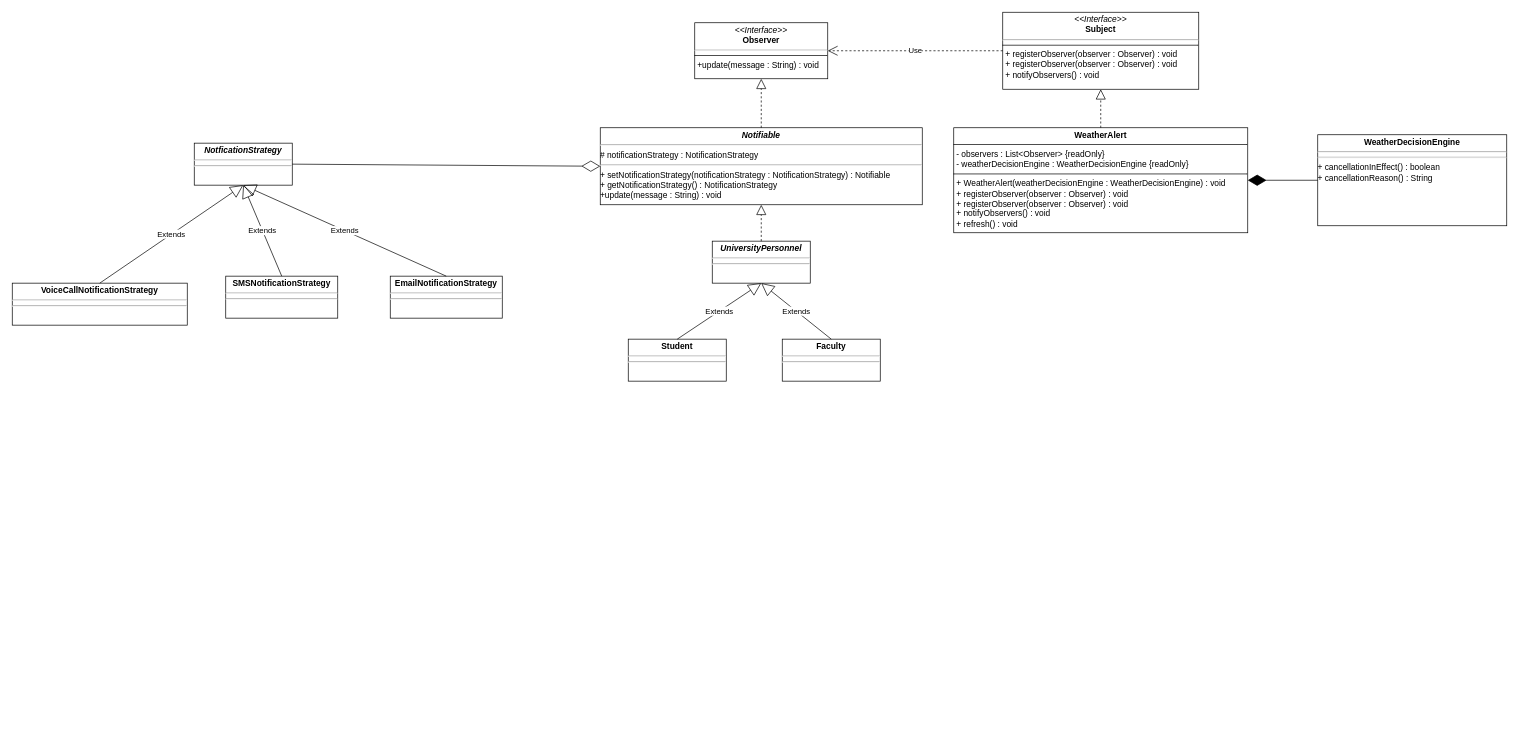
Above: Assignment 3/WeatherAlert.drawio in dragon5201111/Drexel-University-SE-211-Introduction-to-Software-Design (draw.io), before the change. Source tidied: cells renumbered, new cells numbered last; positions are measured from the earlier drawing's top-left corner, leaving out a move shared by most shapes. Both pictures are drawn from the tidied source at 70%, with x=0, y=0 at pixel (12, 12).
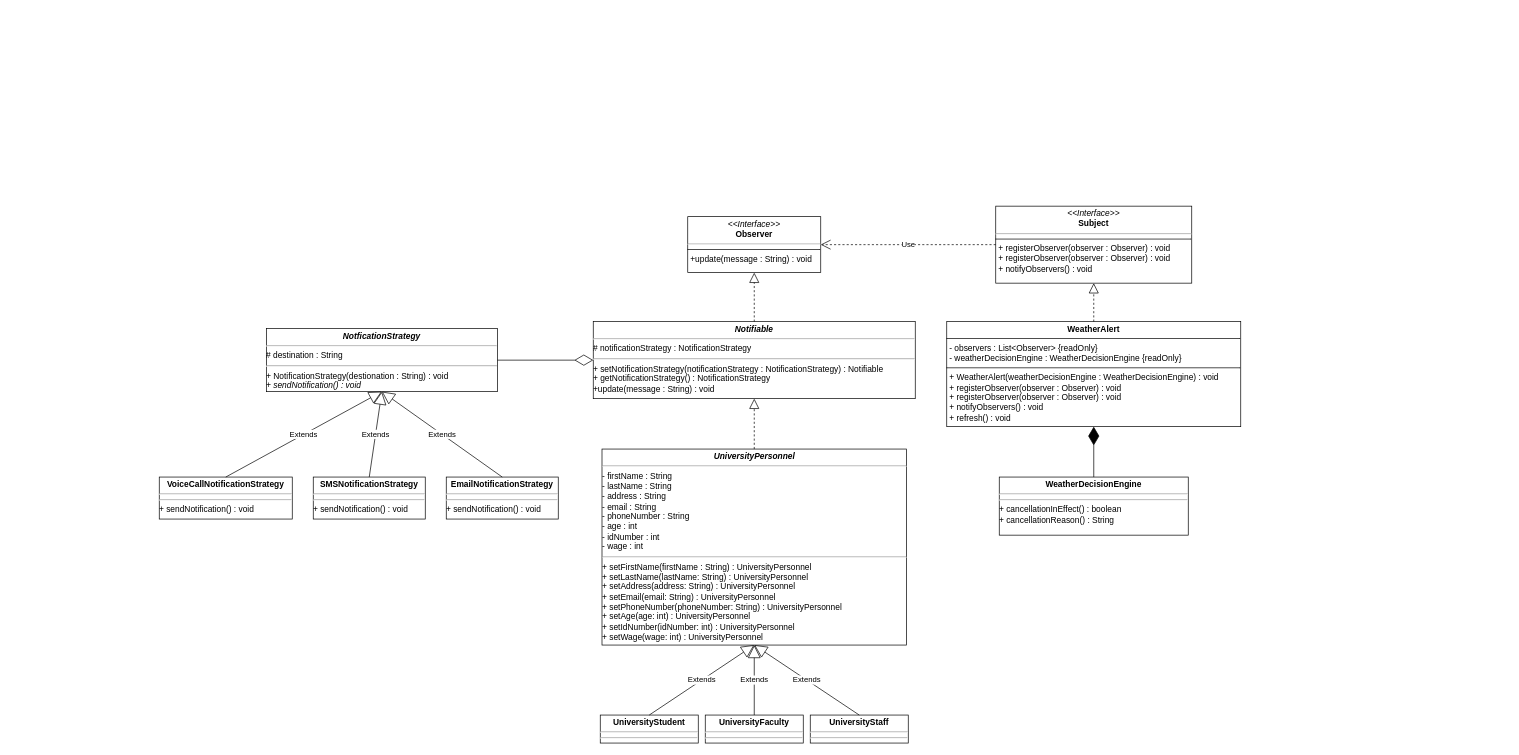
The same diagram, later.

Diff of the diagram source:
```diff
@@
     <mxCell id="2" value="&lt;p style=&quot;margin:0px;margin-top:4px;text-align:center;&quot;&gt;&lt;i&gt;&amp;lt;&amp;lt;Interface&amp;gt;&amp;gt;&lt;/i&gt;&lt;br&gt;&lt;b&gt;Observer&lt;/b&gt;&lt;/p&gt;&lt;hr&gt;&lt;hr size=&quot;1&quot; style=&quot;border-style:solid;&quot;&gt;&lt;p style=&quot;margin:0px;margin-left:4px;&quot;&gt;+update(message : String) : void&lt;/p&gt;" style="verticalAlign=top;align=left;overflow=fill;html=1;whiteSpace=wrap;" parent="1" vertex="1">
-      <mxGeometry x="975" y="15" width="190" height="80" as="geometry" />
+      <mxGeometry x="965" y="292" width="190" height="80" as="geometry" />
     </mxCell>
     <mxCell id="3" value="&lt;p style=&quot;margin:0px;margin-top:4px;text-align:center;&quot;&gt;&lt;i&gt;&amp;lt;&amp;lt;Interface&amp;gt;&amp;gt;&lt;/i&gt;&lt;br&gt;&lt;b&gt;Subject&lt;/b&gt;&lt;/p&gt;&lt;hr&gt;&lt;hr size=&quot;1&quot; style=&quot;border-style:solid;&quot;&gt;&lt;p style=&quot;margin:0px;margin-left:4px;&quot;&gt;+ registerObserver(observer : Observer) : void&lt;/p&gt;&lt;p style=&quot;margin:0px;margin-left:4px;&quot;&gt;+ registerObserver(observer : Observer) : void&lt;/p&gt;&lt;p style=&quot;margin:0px;margin-left:4px;&quot;&gt;+ notifyObservers() : void&lt;/p&gt;" style="verticalAlign=top;align=left;overflow=fill;html=1;whiteSpace=wrap;" parent="1" vertex="1">
-      <mxGeometry x="1415" width="280" height="110" as="geometry" />
+      <mxGeometry x="1405" y="277" width="280" height="110" as="geometry" />
     </mxCell>
     <mxCell id="4" value="&lt;p style=&quot;margin:0px;margin-top:4px;text-align:center;&quot;&gt;&lt;b&gt;WeatherAlert&lt;/b&gt;&lt;/p&gt;&lt;hr size=&quot;1&quot; style=&quot;border-style:solid;&quot;&gt;&lt;p style=&quot;margin:0px;margin-left:4px;&quot;&gt;- observers : List&amp;lt;Observer&amp;gt; {readOnly}&lt;/p&gt;&lt;p style=&quot;margin:0px;margin-left:4px;&quot;&gt;- weatherDecisionEngine : WeatherDecisionEngine {readOnly}&lt;/p&gt;&lt;hr size=&quot;1&quot; style=&quot;border-style:solid;&quot;&gt;&lt;p style=&quot;margin: 0px 0px 0px 4px;&quot;&gt;+ WeatherAlert(&lt;span style=&quot;background-color: transparent; color: light-dark(rgb(0, 0, 0), rgb(255, 255, 255));&quot;&gt;weatherDecisionEngine : WeatherDecisionEngine) : void&lt;/span&gt;&lt;/p&gt;&lt;p style=&quot;margin: 0px 0px 0px 4px;&quot;&gt;+ registerObserver(observer : Observer) : void&lt;/p&gt;&lt;p style=&quot;margin: 0px 0px 0px 4px;&quot;&gt;+ registerObserver(observer : Observer) : void&lt;/p&gt;&lt;p style=&quot;margin: 0px 0px 0px 4px;&quot;&gt;+ notifyObservers() : void&lt;/p&gt;&lt;p style=&quot;margin: 0px 0px 0px 4px;&quot;&gt;+ refresh() : void&lt;/p&gt;" style="verticalAlign=top;align=left;overflow=fill;html=1;whiteSpace=wrap;" parent="1" vertex="1">
-      <mxGeometry x="1345" y="165" width="420" height="150" as="geometry" />
+      <mxGeometry x="1335" y="442" width="420" height="150" as="geometry" />
     </mxCell>
@@
     <mxCell id="7" value="&lt;p style=&quot;margin:0px;margin-top:4px;text-align:center;&quot;&gt;&lt;b&gt;WeatherDecisionEngine&lt;/b&gt;&lt;/p&gt;&lt;hr&gt;&lt;hr&gt;+ cancellationInEffect() : boolean&lt;div&gt;+ cancellationReason() : String&lt;/div&gt;" style="verticalAlign=top;align=left;overflow=fill;html=1;whiteSpace=wrap;" parent="1" vertex="1">
-      <mxGeometry x="1865" y="175" width="270" height="130" as="geometry" />
+      <mxGeometry x="1410" y="664" width="270" height="83" as="geometry" />
     </mxCell>
-    <mxCell id="8" style="endArrow=diamondThin;endFill=1;endSize=24;html=1;rounded=0;exitX=0;exitY=0.5;exitDx=0;exitDy=0;entryX=1;entryY=0.5;entryDx=0;entryDy=0;" parent="1" edge="1" source="7" target="4">
-      <mxGeometry relative="1" as="geometry" />
-    </mxCell>
     <mxCell id="9" value="&lt;p style=&quot;margin:0px;margin-top:4px;text-align:center;&quot;&gt;&lt;b&gt;&lt;i&gt;Notifiable&lt;/i&gt;&lt;/b&gt;&lt;/p&gt;&lt;hr&gt;# notificationStrategy : NotificationStrategy&lt;br&gt;&lt;hr&gt;+ setNotificationStrategy(notificationStrategy : NotificationStrategy) : Notifiable&lt;div&gt;+ getNotificationStrategy() : NotificationStrategy&lt;/div&gt;&lt;div&gt;+update(message : String) : void&lt;/div&gt;&lt;div&gt;&lt;br&gt;&lt;/div&gt;" style="verticalAlign=top;align=left;overflow=fill;html=1;whiteSpace=wrap;" parent="1" vertex="1">
-      <mxGeometry x="840" y="165" width="460" height="110" as="geometry" />
+      <mxGeometry x="830" y="442" width="460" height="110" as="geometry" />
     </mxCell>
@@
-    <mxCell id="11" value="&lt;p style=&quot;margin:0px;margin-top:4px;text-align:center;&quot;&gt;&lt;b&gt;&lt;i&gt;UniversityPersonnel&lt;/i&gt;&lt;/b&gt;&lt;/p&gt;&lt;hr&gt;&lt;hr&gt;" style="verticalAlign=top;align=left;overflow=fill;html=1;whiteSpace=wrap;" parent="1" vertex="1">
-      <mxGeometry x="1000" y="327" width="140" height="60" as="geometry" />
+    <mxCell id="11" value="&lt;p style=&quot;margin:0px;margin-top:4px;text-align:center;&quot;&gt;&lt;b&gt;&lt;i&gt;UniversityPersonnel&lt;/i&gt;&lt;/b&gt;&lt;/p&gt;&lt;hr&gt;- firstName : String&lt;div&gt;- lastName : String&lt;/div&gt;&lt;div&gt;- address : String&lt;/div&gt;&lt;div&gt;- email : String&lt;/div&gt;&lt;div&gt;- phoneNumber : String&lt;/div&gt;&lt;div&gt;- age : int&lt;/div&gt;&lt;div&gt;- idNumber : int&lt;/div&gt;&lt;div&gt;- wage : int&lt;br&gt;&lt;hr&gt;+ setFirstName(firstName : String) : UniversityPersonnel&lt;/div&gt;&lt;div&gt;+ setLastName(lastName: String) : UniversityPersonnel&lt;/div&gt;&lt;div&gt;+ setAddress(address: String) : UniversityPersonnel&lt;/div&gt;&lt;div&gt;+ setEmail(email: String) : UniversityPersonnel&lt;/div&gt;&lt;div&gt;+ setPhoneNumber(phoneNumber: String) : UniversityPersonnel&lt;/div&gt;&lt;div&gt;+ setAge(age: int) : UniversityPersonnel&lt;/div&gt;&lt;div&gt;+ setIdNumber(idNumber: int) : UniversityPersonnel&lt;/div&gt;&lt;div&gt;+ setWage(wage: int) : UniversityPersonnel&lt;/div&gt;" style="verticalAlign=top;align=left;overflow=fill;html=1;whiteSpace=wrap;" parent="1" vertex="1">
+      <mxGeometry x="842.5" y="624" width="435" height="280" as="geometry" />
     </mxCell>
@@
-    <mxCell id="13" value="&lt;p style=&quot;margin:0px;margin-top:4px;text-align:center;&quot;&gt;&lt;b&gt;Student&lt;/b&gt;&lt;/p&gt;&lt;hr&gt;&lt;hr&gt;&lt;div style=&quot;height:2px;&quot;&gt;&lt;/div&gt;" style="verticalAlign=top;align=left;overflow=fill;html=1;whiteSpace=wrap;" parent="1" vertex="1">
-      <mxGeometry x="880" y="467" width="140" height="60" as="geometry" />
+    <mxCell id="13" value="&lt;p style=&quot;margin:0px;margin-top:4px;text-align:center;&quot;&gt;&lt;b&gt;UniversityStudent&lt;/b&gt;&lt;/p&gt;&lt;hr&gt;&lt;hr&gt;&lt;div style=&quot;height:2px;&quot;&gt;&lt;/div&gt;" style="verticalAlign=top;align=left;overflow=fill;html=1;whiteSpace=wrap;" parent="1" vertex="1">
+      <mxGeometry x="840" y="1004" width="140" height="40" as="geometry" />
     </mxCell>
-    <mxCell id="14" value="&lt;p style=&quot;margin:0px;margin-top:4px;text-align:center;&quot;&gt;&lt;b&gt;Faculty&lt;/b&gt;&lt;/p&gt;&lt;hr&gt;&lt;hr&gt;" style="verticalAlign=top;align=left;overflow=fill;html=1;whiteSpace=wrap;" parent="1" vertex="1">
-      <mxGeometry x="1100" y="467" width="140" height="60" as="geometry" />
+    <mxCell id="14" value="&lt;p style=&quot;margin:0px;margin-top:4px;text-align:center;&quot;&gt;&lt;b style=&quot;background-color: transparent; color: light-dark(rgb(0, 0, 0), rgb(255, 255, 255));&quot;&gt;University&lt;/b&gt;&lt;b&gt;Faculty&lt;/b&gt;&lt;/p&gt;&lt;hr&gt;&lt;hr&gt;" style="verticalAlign=top;align=left;overflow=fill;html=1;whiteSpace=wrap;" parent="1" vertex="1">
+      <mxGeometry x="990" y="1004" width="140" height="40" as="geometry" />
     </mxCell>
@@
-    <mxCell id="17" value="&lt;p style=&quot;margin:0px;margin-top:4px;text-align:center;&quot;&gt;&lt;b&gt;&lt;i&gt;NotficationStrategy&lt;/i&gt;&lt;/b&gt;&lt;/p&gt;&lt;hr&gt;&lt;hr&gt;" style="verticalAlign=top;align=left;overflow=fill;html=1;whiteSpace=wrap;" parent="1" vertex="1">
-      <mxGeometry x="260" y="187" width="140" height="60" as="geometry" />
+    <mxCell id="17" value="&lt;p style=&quot;margin:0px;margin-top:4px;text-align:center;&quot;&gt;&lt;b&gt;&lt;i&gt;NotficationStrategy&lt;/i&gt;&lt;/b&gt;&lt;/p&gt;&lt;hr&gt;# destination : String&lt;hr&gt;&lt;i&gt;+ &lt;/i&gt;NotificationStrategy(destionation : String) : void&lt;br&gt;&lt;div&gt;&lt;i&gt;+ sendNotification() : void&lt;/i&gt;&lt;/div&gt;" style="verticalAlign=top;align=left;overflow=fill;html=1;whiteSpace=wrap;" parent="1" vertex="1">
+      <mxGeometry x="363" y="452" width="330" height="90" as="geometry" />
     </mxCell>
@@
-    <mxCell id="19" value="&lt;p style=&quot;margin:0px;margin-top:4px;text-align:center;&quot;&gt;&lt;b&gt;VoiceCallNotificationStrategy&lt;/b&gt;&lt;/p&gt;&lt;hr&gt;&lt;hr&gt;&lt;div style=&quot;height:2px;&quot;&gt;&lt;/div&gt;" style="verticalAlign=top;align=left;overflow=fill;html=1;whiteSpace=wrap;" parent="1" vertex="1">
-      <mxGeometry y="387" width="250" height="60" as="geometry" />
+    <mxCell id="19" value="&lt;p style=&quot;margin:0px;margin-top:4px;text-align:center;&quot;&gt;&lt;b&gt;VoiceCallNotificationStrategy&lt;/b&gt;&lt;/p&gt;&lt;hr&gt;&lt;hr&gt;&lt;div style=&quot;height:2px;&quot;&gt;+ sendNotification() : void&lt;/div&gt;" style="verticalAlign=top;align=left;overflow=fill;html=1;whiteSpace=wrap;" parent="1" vertex="1">
+      <mxGeometry x="210" y="664" width="190" height="60" as="geometry" />
     </mxCell>
-    <mxCell id="20" value="&lt;p style=&quot;margin:0px;margin-top:4px;text-align:center;&quot;&gt;&lt;b&gt;SMSNotificationStrategy&lt;/b&gt;&lt;/p&gt;&lt;hr&gt;&lt;div style=&quot;height:2px;&quot;&gt;&lt;hr&gt;&lt;/div&gt;" style="verticalAlign=top;align=left;overflow=fill;html=1;whiteSpace=wrap;" parent="1" vertex="1">
-      <mxGeometry x="305" y="377" width="160" height="60" as="geometry" />
+    <mxCell id="20" value="&lt;p style=&quot;margin:0px;margin-top:4px;text-align:center;&quot;&gt;&lt;b&gt;SMSNotificationStrategy&lt;/b&gt;&lt;/p&gt;&lt;hr&gt;&lt;div style=&quot;height:2px;&quot;&gt;&lt;hr&gt;+ sendNotification() : void&lt;/div&gt;" style="verticalAlign=top;align=left;overflow=fill;html=1;whiteSpace=wrap;" parent="1" vertex="1">
+      <mxGeometry x="430" y="664" width="160" height="60" as="geometry" />
     </mxCell>
-    <mxCell id="21" value="&lt;p style=&quot;margin:0px;margin-top:4px;text-align:center;&quot;&gt;&lt;b&gt;EmailNotificationStrategy&lt;/b&gt;&lt;/p&gt;&lt;hr&gt;&lt;hr&gt;&lt;div style=&quot;height:2px;&quot;&gt;&lt;/div&gt;" style="verticalAlign=top;align=left;overflow=fill;html=1;whiteSpace=wrap;" parent="1" vertex="1">
-      <mxGeometry x="540" y="377" width="160" height="60" as="geometry" />
+    <mxCell id="21" value="&lt;p style=&quot;margin:0px;margin-top:4px;text-align:center;&quot;&gt;&lt;b&gt;EmailNotificationStrategy&lt;/b&gt;&lt;/p&gt;&lt;hr&gt;&lt;hr&gt;&lt;div style=&quot;height:2px;&quot;&gt;+ sendNotification() : void&lt;/div&gt;" style="verticalAlign=top;align=left;overflow=fill;html=1;whiteSpace=wrap;" parent="1" vertex="1">
+      <mxGeometry x="620" y="664" width="160" height="60" as="geometry" />
     </mxCell>
@@
+    <mxCell id="25" value="&lt;p style=&quot;margin:0px;margin-top:4px;text-align:center;&quot;&gt;&lt;b style=&quot;background-color: transparent; color: light-dark(rgb(0, 0, 0), rgb(255, 255, 255));&quot;&gt;University&lt;/b&gt;&lt;b&gt;Staff&lt;/b&gt;&lt;/p&gt;&lt;hr&gt;&lt;hr&gt;" style="verticalAlign=top;align=left;overflow=fill;html=1;whiteSpace=wrap;" parent="1" vertex="1">
+      <mxGeometry x="1140" y="1004" width="140" height="40" as="geometry" />
+    </mxCell>
+    <mxCell id="26" value="Extends" style="endArrow=block;endSize=16;endFill=0;html=1;rounded=0;exitX=0.5;exitY=0;exitDx=0;exitDy=0;entryX=0.5;entryY=1;entryDx=0;entryDy=0;" parent="1" edge="1" source="25" target="11">
+      <mxGeometry relative="1" as="geometry" />
+    </mxCell>
+    <mxCell id="8" style="endArrow=diamondThin;endFill=1;endSize=24;html=1;rounded=0;exitX=0.5;exitY=0;exitDx=0;exitDy=0;entryX=0.5;entryY=1;entryDx=0;entryDy=0;" parent="1" edge="1" source="7" target="4">
+      <mxGeometry relative="1" as="geometry" />
+    </mxCell>
```
